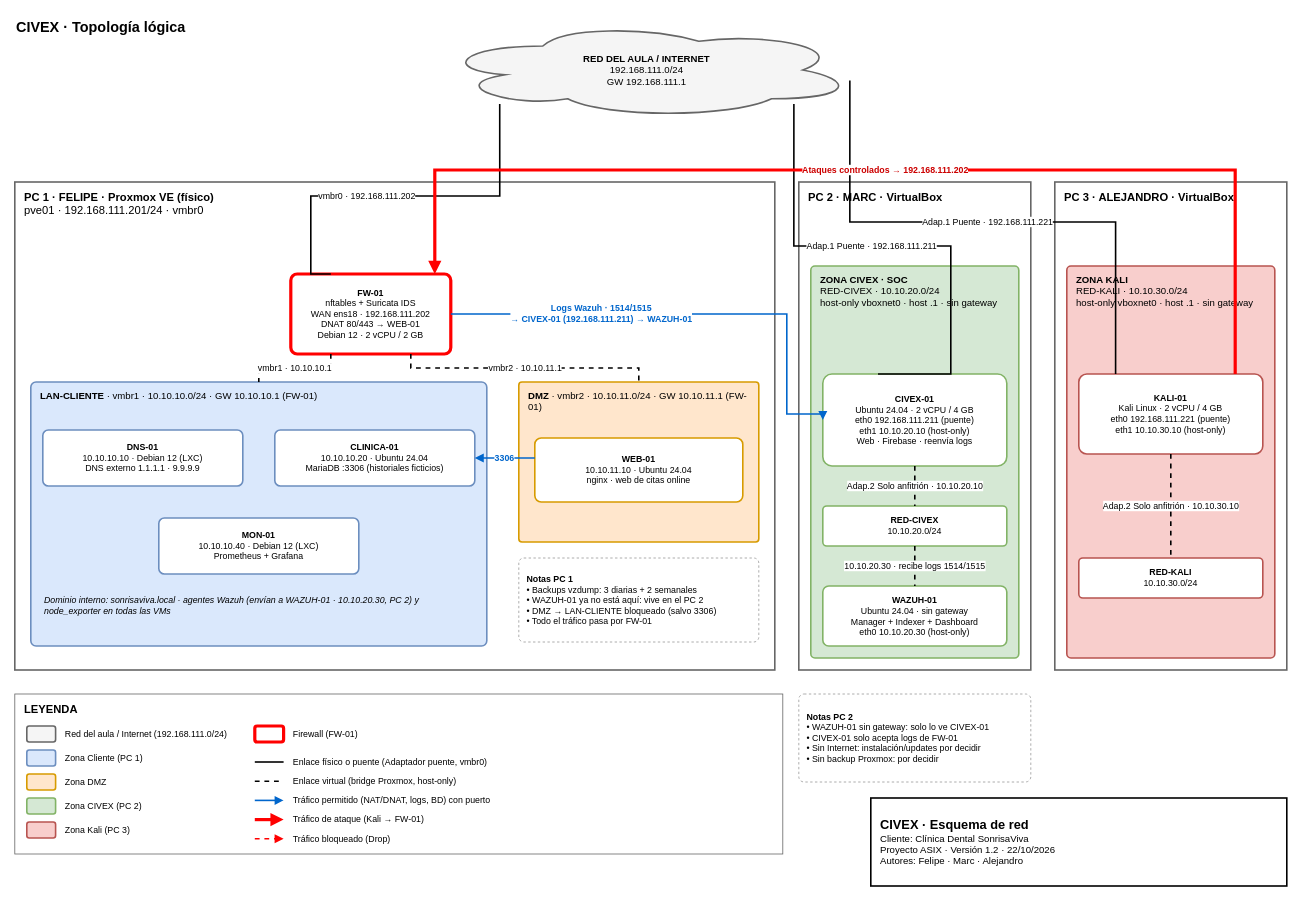
Before: img/Esquemadered.drawio in civexasix/Civex, a draw.io diagram. Source tidied: cells renumbered, new cells numbered last; positions are measured from the earlier drawing's top-left corner, leaving out a move shared by most shapes. Both pictures are drawn from the tidied source at 80%, with x=0, y=0 at pixel (14, 14).
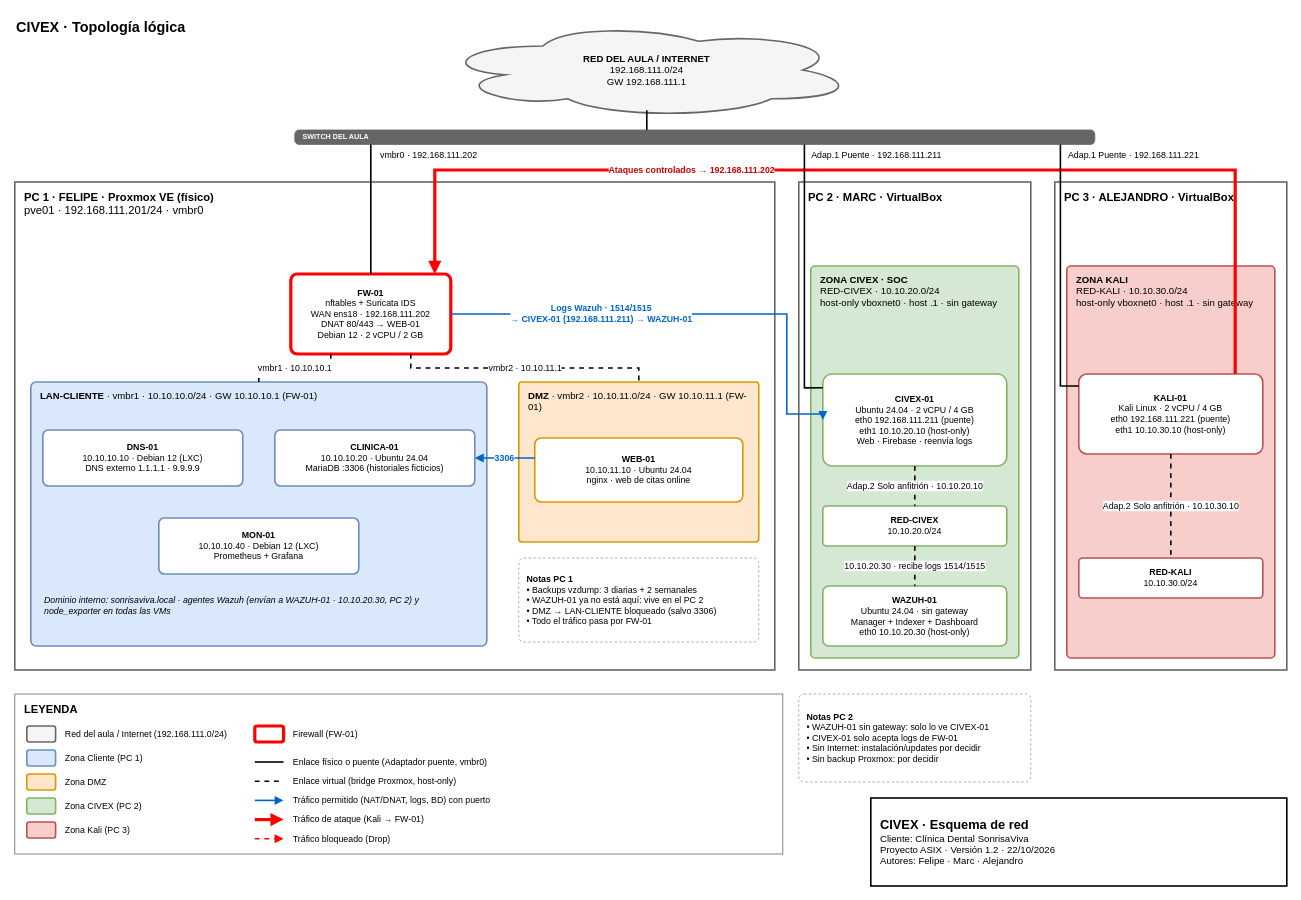
After the change.

Commit message (it also covers changes not shown here):
Esquema: conexiones al aula mediante un switch y arreglo de líneas

Unchanged cells that the change refers to:
```xml
<mxCell id="3" value="&lt;b&gt;RED DEL AULA / INTERNET&lt;/b&gt;&lt;br&gt;192.168.111.0/24&lt;br&gt;GW 192.168.111.1" style="fontFamily=Helvetica;ellipse;shape=cloud;html=1;whiteSpace=wrap;fillColor=#F5F5F5;strokeColor=#666666;strokeWidth=2;fontSize=12;" parent="1" vertex="1">
  <mxGeometry x="530" y="10" width="520" height="120" as="geometry" />
</mxCell>
<mxCell id="5" value="&lt;b&gt;FW-01&lt;/b&gt;&lt;br&gt;nftables + Suricata IDS&lt;br&gt;WAN ens18 · 192.168.111.202&lt;br&gt;DNAT 80/443 → WEB-01&lt;br&gt;Debian 12 · 2 vCPU / 2 GB" style="fontFamily=Helvetica;rounded=1;arcSize=8;html=1;whiteSpace=wrap;fillColor=#FFFFFF;strokeColor=#FF0000;strokeWidth=4;fontSize=11;" parent="1" vertex="1">
  <mxGeometry x="345" y="325" width="200" height="100" as="geometry" />
</mxCell>
<mxCell id="19" value="&lt;b&gt;CIVEX-01&lt;/b&gt;&lt;br&gt;Ubuntu 24.04 · 2 vCPU / 4 GB&lt;br&gt;eth0 192.168.111.211 (puente)&lt;br&gt;eth1 10.10.20.10 (host-only)&lt;br&gt;Web · Firebase · reenvía logs" style="fontFamily=Helvetica;rounded=1;arcSize=10;html=1;whiteSpace=wrap;fillColor=#FFFFFF;strokeColor=#82B366;strokeWidth=2;fontSize=11;" parent="1" vertex="1">
  <mxGeometry x="1010" y="450" width="230" height="115" as="geometry" />
</mxCell>
<mxCell id="26" value="&lt;b&gt;KALI-01&lt;/b&gt;&lt;br&gt;Kali Linux · 2 vCPU / 4 GB&lt;br&gt;eth0 192.168.111.221 (puente)&lt;br&gt;eth1 10.10.30.10 (host-only)" style="fontFamily=Helvetica;rounded=1;arcSize=10;html=1;whiteSpace=wrap;fillColor=#FFFFFF;strokeColor=#B85450;strokeWidth=2;fontSize=11;" parent="1" vertex="1">
  <mxGeometry x="1330" y="450" width="230" height="100" as="geometry" />
</mxCell>
```

Change to the diagram source:
```diff
@@
-    <mxCell id="14" value="vmbr0 · 192.168.111.202" style="fontFamily=Helvetica;endArrow=none;strokeColor=#000000;strokeWidth=2;html=1;fontSize=11;labelBackgroundColor=#FFFFFF;edgeStyle=orthogonalEdgeStyle;rounded=0;exitX=0.25;exitY=0;entryX=0.15;entryY=0.85;" parent="1" edge="1" source="5" target="3">
-      <mxGeometry x="-0.19" relative="1" as="geometry">
-        <Array as="points">
-          <mxPoint x="370" y="325" />
-          <mxPoint x="370" y="227.5" />
-          <mxPoint x="606.2" y="227.5" />
-        </Array>
-      </mxGeometry>
-    </mxCell>
+    <mxCell id="59" value="SWITCH DEL AULA" style="fontFamily=Helvetica;rounded=1;arcSize=30;html=1;whiteSpace=wrap;fillColor=#666666;strokeColor=#666666;fontColor=#FFFFFF;fontSize=9;fontStyle=1;align=left;spacingLeft=8;" parent="1" vertex="1">
+      <mxGeometry x="350" y="145" width="1000" height="18" as="geometry" />
+    </mxCell>
+    <mxCell id="60" value="vmbr0 · 192.168.111.202" style="fontFamily=Helvetica;text;html=1;align=left;verticalAlign=middle;fontSize=11;fillColor=none;strokeColor=none;" parent="1" vertex="1">
+      <mxGeometry x="455" y="168" width="200" height="18" as="geometry" />
+    </mxCell>
+    <mxCell id="61" value="Adap.1 Puente · 192.168.111.211" style="fontFamily=Helvetica;text;html=1;align=left;verticalAlign=middle;fontSize=11;fillColor=none;strokeColor=none;" parent="1" vertex="1">
+      <mxGeometry x="994" y="168" width="230" height="18" as="geometry" />
+    </mxCell>
+    <mxCell id="62" value="Adap.1 Puente · 192.168.111.221" style="fontFamily=Helvetica;text;html=1;align=left;verticalAlign=middle;fontSize=11;fillColor=none;strokeColor=none;" parent="1" vertex="1">
+      <mxGeometry x="1315" y="168" width="230" height="18" as="geometry" />
+    </mxCell>
@@
-    <mxCell id="22" value="Adap.1 Puente · 192.168.111.211" style="fontFamily=Helvetica;endArrow=none;strokeColor=#000000;strokeWidth=2;html=1;fontSize=11;labelBackgroundColor=#FFFFFF;edgeStyle=orthogonalEdgeStyle;rounded=0;exitX=0.3;exitY=0;entryX=0.8;entryY=0.8;" parent="1" edge="1" source="19" target="3">
-      <mxGeometry x="0.12" relative="1" as="geometry">
-        <Array as="points">
-          <mxPoint x="1170" y="450" />
-          <mxPoint x="1170" y="290" />
-          <mxPoint x="973.8" y="290" />
-        </Array>
-      </mxGeometry>
-    </mxCell>
@@
-    <mxCell id="28" value="Adap.1 Puente · 192.168.111.221" style="fontFamily=Helvetica;endArrow=none;strokeColor=#000000;strokeWidth=2;html=1;fontSize=11;labelBackgroundColor=#FFFFFF;edgeStyle=orthogonalEdgeStyle;rounded=0;exitX=0.2;exitY=0;entryX=0.95;entryY=0.6;" parent="1" edge="1" source="26" target="3">
-      <mxGeometry relative="1" as="geometry">
-        <Array as="points">
-          <mxPoint x="1376" y="260" />
-          <mxPoint x="1043.8" y="260" />
-        </Array>
-      </mxGeometry>
-    </mxCell>
@@
     <mxCell id="30" value="Ataques controlados → 192.168.111.202" style="fontFamily=Helvetica;endArrow=block;strokeColor=#FF0000;strokeWidth=4;fontColor=#CC0000;fontStyle=1;html=1;fontSize=11;labelBackgroundColor=#FFFFFF;edgeStyle=orthogonalEdgeStyle;rounded=0;exitX=0.85;exitY=0;entryX=0.9;entryY=0;" parent="1" edge="1" source="26" target="5">
-      <mxGeometry relative="1" as="geometry">
+      <mxGeometry x="0.35" relative="1" as="geometry">
         <Array as="points">
           <mxPoint x="1525" y="195" />
           <mxPoint x="525" y="195" />
         </Array>
       </mxGeometry>
     </mxCell>
@@
+    <mxCell id="14" style="fontFamily=Helvetica;endArrow=none;strokeColor=#000000;strokeWidth=2;html=1;edgeStyle=orthogonalEdgeStyle;rounded=0;exitPerimeter=0;entryPerimeter=0;exitX=0.5;exitY=0;entryX=0.095;entryY=1;" parent="1" edge="1" source="5" target="59">
+      <mxGeometry relative="1" as="geometry" />
+    </mxCell>
+    <mxCell id="22" style="fontFamily=Helvetica;endArrow=none;strokeColor=#000000;strokeWidth=2;html=1;edgeStyle=orthogonalEdgeStyle;rounded=0;exitPerimeter=0;entryPerimeter=0;exitX=0;exitY=0.15;entryX=0.637;entryY=1;" parent="1" edge="1" source="19" target="59">
+      <mxGeometry relative="1" as="geometry">
+        <Array as="points">
+          <mxPoint x="987" y="467" />
+        </Array>
+      </mxGeometry>
+    </mxCell>
+    <mxCell id="28" style="fontFamily=Helvetica;endArrow=none;strokeColor=#000000;strokeWidth=2;html=1;edgeStyle=orthogonalEdgeStyle;rounded=0;exitPerimeter=0;entryPerimeter=0;exitX=0;exitY=0.15;entryX=0.957;entryY=1;" parent="1" edge="1" source="26" target="59">
+      <mxGeometry relative="1" as="geometry">
+        <Array as="points">
+          <mxPoint x="1307" y="465" />
+        </Array>
+      </mxGeometry>
+    </mxCell>
+    <mxCell id="63" style="fontFamily=Helvetica;endArrow=none;strokeColor=#000000;strokeWidth=2;html=1;edgeStyle=orthogonalEdgeStyle;rounded=0;exitPerimeter=0;entryPerimeter=0;exitX=0.5;exitY=0.92;entryX=0.44;entryY=0;" parent="1" edge="1" source="3" target="59">
+      <mxGeometry relative="1" as="geometry" />
+    </mxCell>
```
